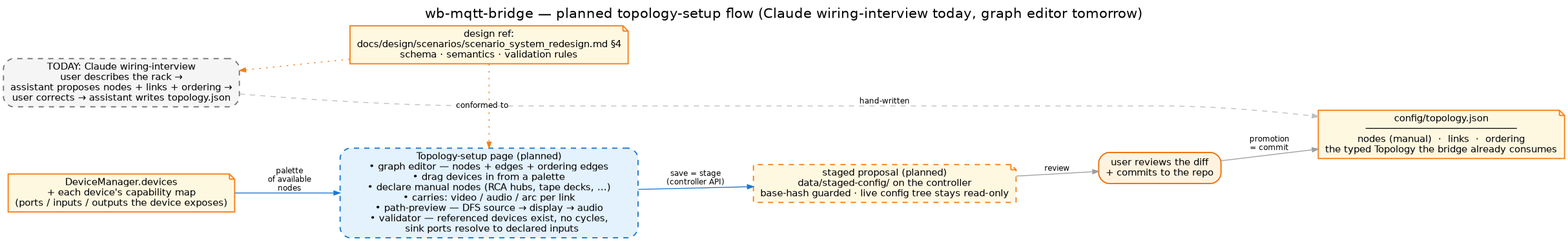
The Graphviz diagram docs/images/topology-setup-flow.png in droman42/wb-mqtt-bridge, before a commit. Its source is kept beside it as docs/images/topology-setup-flow.dot.
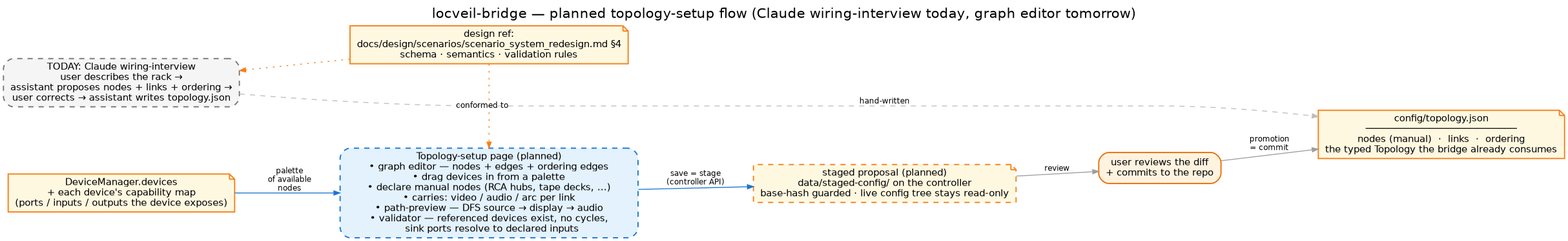
The same file after the commit.

Change to the diagram source:
```diff
@@ -4,7 +4,7 @@
   splines=spline;
   nodesep=0.45; ranksep=0.9;
   fontname="Helvetica"; labelloc=t; fontsize=16;
-  label="wb-mqtt-bridge — planned topology-setup flow (Claude wiring-interview today, graph editor tomorrow)";
+  label="locveil-bridge — planned topology-setup flow (Claude wiring-interview today, graph editor tomorrow)";
 
   node [fontname="Helvetica", fontsize=11, shape=box, style="filled,rounded", penwidth=1.4];
   edge [fontname="Helvetica", fontsize=9, color="#9e9e9e", arrowsize=0.7];
```
